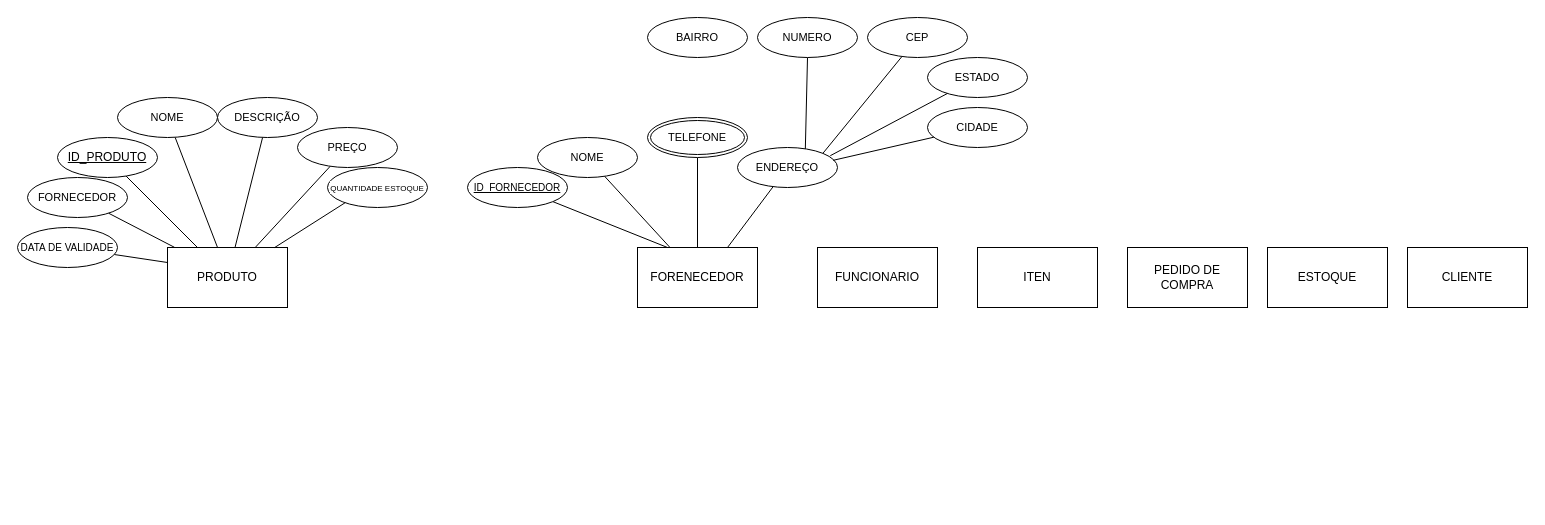
helysonsantiago/project_relational keeps this draw.io diagram as Projeto Integrador.drawio. Above is the earlier version. Source tidied: cells renumbered, new cells numbered last; positions are measured from the earlier drawing's top-left corner, leaving out a move shared by most shapes. Both pictures are drawn from the tidied source at 100%, with x=0, y=0 at pixel (17, 17).
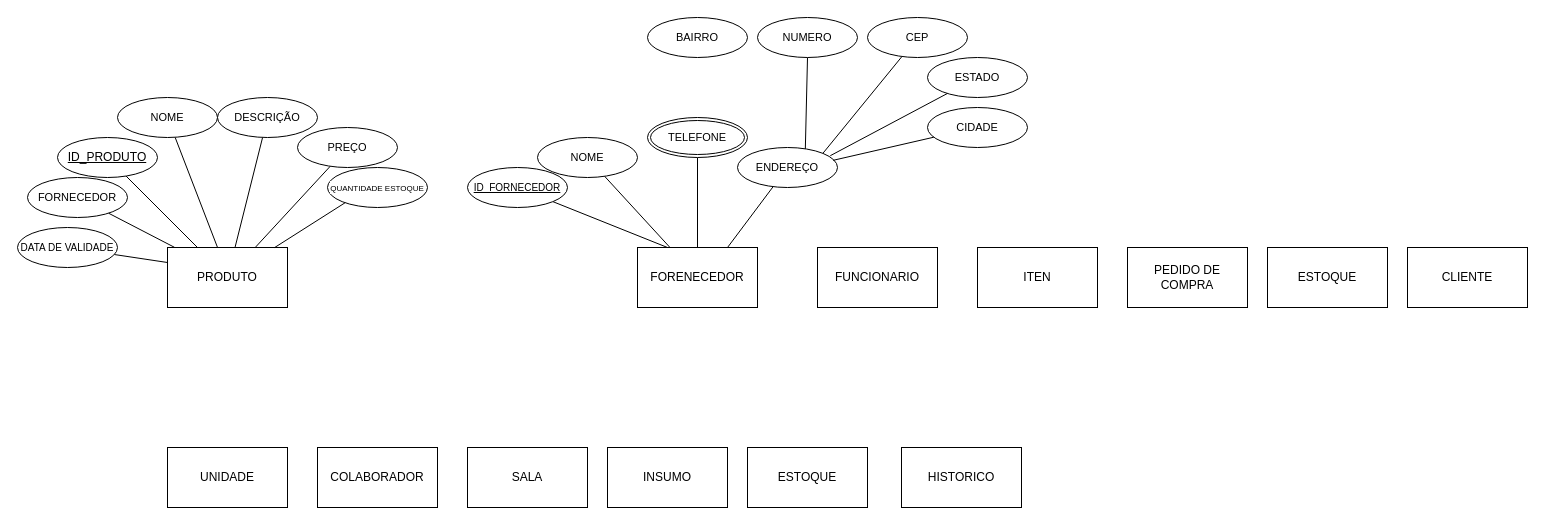
After the change.

Change to the diagram source:
```diff
@@
+    <mxCell id="40" value="UNIDADE" style="rounded=0;whiteSpace=wrap;html=1;" parent="1" vertex="1">
+      <mxGeometry x="150" y="430" width="120" height="60" as="geometry" />
+    </mxCell>
+    <mxCell id="41" value="COLABORADOR" style="rounded=0;whiteSpace=wrap;html=1;" parent="1" vertex="1">
+      <mxGeometry x="300" y="430" width="120" height="60" as="geometry" />
+    </mxCell>
+    <mxCell id="42" value="SALA" style="rounded=0;whiteSpace=wrap;html=1;" parent="1" vertex="1">
+      <mxGeometry x="450" y="430" width="120" height="60" as="geometry" />
+    </mxCell>
+    <mxCell id="43" value="INSUMO" style="rounded=0;whiteSpace=wrap;html=1;" parent="1" vertex="1">
+      <mxGeometry x="590" y="430" width="120" height="60" as="geometry" />
+    </mxCell>
+    <mxCell id="44" value="ESTOQUE" style="rounded=0;whiteSpace=wrap;html=1;" parent="1" vertex="1">
+      <mxGeometry x="730" y="430" width="120" height="60" as="geometry" />
+    </mxCell>
+    <mxCell id="45" value="HISTORICO" style="rounded=0;whiteSpace=wrap;html=1;" parent="1" vertex="1">
+      <mxGeometry x="884" y="430" width="120" height="60" as="geometry" />
+    </mxCell>
```
